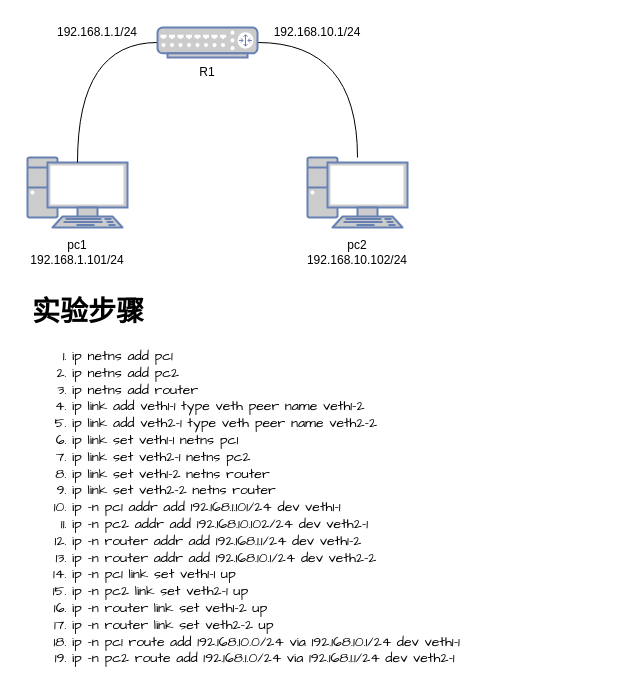
garryfan2013/network_trainning keeps this draw.io diagram as page "router" (10 of 12) of network_trainning.drawio. Above is the earlier version. Source tidied: cells renumbered, new cells numbered last; positions are measured from the earlier drawing's top-left corner, leaving out a move shared by most shapes. Both pictures are drawn from the tidied source at 100%, with x=0, y=0 at pixel (17, 17).
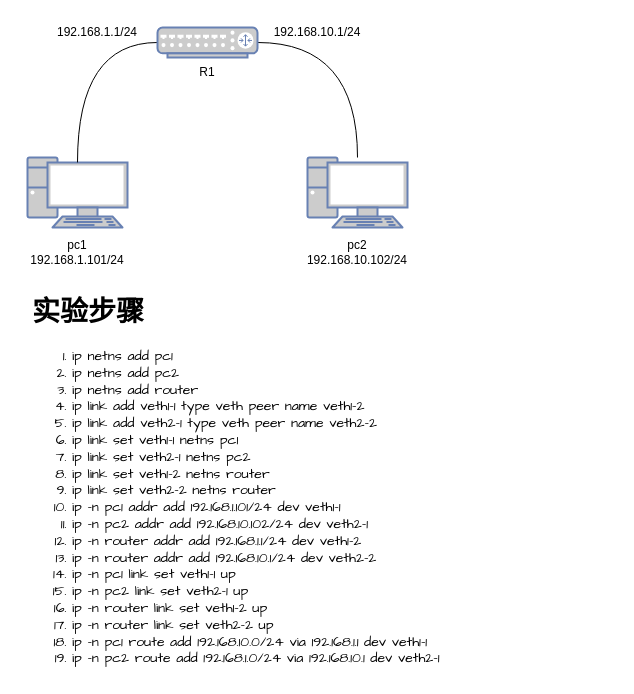
The same diagram, later.

Diff of the diagram source:
```diff
@@
 <mxGraphModel>
   <root>
     <mxCell id="0" />
     <mxCell id="1" parent="0" />
     <mxCell id="2" style="fontColor=#0066CC;verticalAlign=top;verticalLabelPosition=bottom;labelPosition=center;align=center;html=1;outlineConnect=0;fillColor=#CCCCCC;strokeColor=#6881B3;gradientColor=none;gradientDirection=north;strokeWidth=2;shape=mxgraph.networks.pc;" parent="1" vertex="1">
       <mxGeometry x="10" y="140" width="100" height="70" as="geometry" />
     </mxCell>
     <mxCell id="3" style="fontColor=#0066CC;verticalAlign=top;verticalLabelPosition=bottom;labelPosition=center;align=center;html=1;outlineConnect=0;fillColor=#CCCCCC;strokeColor=#6881B3;gradientColor=none;gradientDirection=north;strokeWidth=2;shape=mxgraph.networks.pc;" parent="1" vertex="1">
       <mxGeometry x="290" y="140" width="100" height="70" as="geometry" />
     </mxCell>
     <mxCell id="4" style="rounded=0;jettySize=auto;html=1;entryX=0.5;entryY=0.07;entryDx=0;entryDy=0;entryPerimeter=0;elbow=vertical;edgeStyle=orthogonalEdgeStyle;curved=1;endArrow=none;endFill=0;exitX=0;exitY=0.5;exitDx=0;exitDy=0;exitPerimeter=0;" parent="1" edge="1" source="9" target="2">
       <mxGeometry relative="1" as="geometry" />
     </mxCell>
     <mxCell id="5" style="edgeStyle=orthogonalEdgeStyle;rounded=0;jettySize=auto;elbow=vertical;html=1;exitX=1;exitY=0.5;exitDx=0;exitDy=0;exitPerimeter=0;endArrow=none;endFill=0;curved=1;" parent="1" edge="1" source="9" target="3">
       <mxGeometry relative="1" as="geometry" />
     </mxCell>
     <mxCell id="6" value="192.168.1.1/24" style="text;html=1;strokeColor=none;fillColor=none;align=center;verticalAlign=middle;whiteSpace=wrap;rounded=0;dashed=1;" parent="1" vertex="1">
       <mxGeometry x="20" width="120" height="30" as="geometry" />
     </mxCell>
     <mxCell id="7" value="pc1&lt;br&gt;192.168.1.101/24" style="text;html=1;strokeColor=none;fillColor=none;align=center;verticalAlign=middle;whiteSpace=wrap;rounded=0;dashed=1;" parent="1" vertex="1">
       <mxGeometry y="220" width="120" height="30" as="geometry" />
     </mxCell>
     <mxCell id="8" value="pc2&lt;br&gt;192.168.10.102/24" style="text;html=1;strokeColor=none;fillColor=none;align=center;verticalAlign=middle;whiteSpace=wrap;rounded=0;dashed=1;" parent="1" vertex="1">
       <mxGeometry x="280" y="220" width="120" height="30" as="geometry" />
     </mxCell>
     <mxCell id="9" style="fontColor=#0066CC;verticalAlign=top;verticalLabelPosition=bottom;labelPosition=center;align=center;html=1;outlineConnect=0;fillColor=#CCCCCC;strokeColor=#6881B3;gradientColor=none;gradientDirection=north;strokeWidth=2;shape=mxgraph.networks.router;" parent="1" vertex="1">
       <mxGeometry x="140" y="10" width="100" height="30" as="geometry" />
     </mxCell>
     <mxCell id="10" value="192.168.10.1/24" style="text;html=1;strokeColor=none;fillColor=none;align=center;verticalAlign=middle;whiteSpace=wrap;rounded=0;dashed=1;" parent="1" vertex="1">
       <mxGeometry x="240" width="120" height="30" as="geometry" />
     </mxCell>
     <mxCell id="11" value="R1" style="text;html=1;strokeColor=none;fillColor=none;align=center;verticalAlign=middle;whiteSpace=wrap;rounded=0;dashed=1;" parent="1" vertex="1">
       <mxGeometry x="130" y="40" width="120" height="30" as="geometry" />
     </mxCell>
-    <mxCell id="12" value="&lt;h1&gt;实验步骤&lt;/h1&gt;&lt;p&gt;&lt;/p&gt;&lt;ol&gt;&lt;li&gt;ip netns add pc1&lt;/li&gt;&lt;li&gt;ip netns add pc2&lt;/li&gt;&lt;li&gt;ip netns add router&lt;/li&gt;&lt;li&gt;ip link add veth1-1 type veth peer name veth1-2&lt;/li&gt;&lt;li&gt;ip link add veth2-1 type veth peer name veth2-2&lt;/li&gt;&lt;li&gt;ip link set veth1-1 netns pc1&lt;/li&gt;&lt;li&gt;ip link set veth2-1 netns pc2&lt;/li&gt;&lt;li&gt;ip link set veth1-2 netns router&lt;/li&gt;&lt;li&gt;ip link set veth2-2 netns router&lt;/li&gt;&lt;li&gt;ip -n pc1 addr add 192.168.1.101/24 dev veth1-1&lt;/li&gt;&lt;li&gt;ip -n pc2 addr add 192.168.10.102/24 dev veth2-1&lt;/li&gt;&lt;li&gt;ip -n router addr add 192.168.1.1/24 dev veth1-2&lt;/li&gt;&lt;li&gt;ip -n router addr add 192.168.10.1/24 dev veth2-2&lt;/li&gt;&lt;li&gt;ip -n pc1 link set veth1-1 up&lt;/li&gt;&lt;li&gt;ip -n pc2 link set veth2-1 up&lt;/li&gt;&lt;li&gt;ip -n router link set veth1-2 up&lt;/li&gt;&lt;li&gt;ip -n router link set veth2-2 up&lt;/li&gt;&lt;li&gt;ip -n pc1 route add 192.168.10.0/24 via 192.168.10.1/24 dev veth1-1&lt;/li&gt;&lt;li&gt;ip -n pc2 route add 192.168.1.0/24 via 192.168.1.1/24 dev veth2-1&lt;/li&gt;&lt;/ol&gt;&lt;p&gt;&lt;/p&gt;" style="text;html=1;strokeColor=none;fillColor=none;spacing=5;spacingTop=-20;whiteSpace=wrap;overflow=hidden;rounded=0;fontFamily=Comic Sans MS;fontSize=14;" parent="1" vertex="1">
+    <mxCell id="12" value="&lt;h1&gt;实验步骤&lt;/h1&gt;&lt;p&gt;&lt;/p&gt;&lt;ol&gt;&lt;li&gt;ip netns add pc1&lt;/li&gt;&lt;li&gt;ip netns add pc2&lt;/li&gt;&lt;li&gt;ip netns add router&lt;/li&gt;&lt;li&gt;ip link add veth1-1 type veth peer name veth1-2&lt;/li&gt;&lt;li&gt;ip link add veth2-1 type veth peer name veth2-2&lt;/li&gt;&lt;li&gt;ip link set veth1-1 netns pc1&lt;/li&gt;&lt;li&gt;ip link set veth2-1 netns pc2&lt;/li&gt;&lt;li&gt;ip link set veth1-2 netns router&lt;/li&gt;&lt;li&gt;ip link set veth2-2 netns router&lt;/li&gt;&lt;li&gt;ip -n pc1 addr add 192.168.1.101/24 dev veth1-1&lt;/li&gt;&lt;li&gt;ip -n pc2 addr add 192.168.10.102/24 dev veth2-1&lt;/li&gt;&lt;li&gt;ip -n router addr add 192.168.1.1/24 dev veth1-2&lt;/li&gt;&lt;li&gt;ip -n router addr add 192.168.10.1/24 dev veth2-2&lt;/li&gt;&lt;li&gt;ip -n pc1 link set veth1-1 up&lt;/li&gt;&lt;li&gt;ip -n pc2 link set veth2-1 up&lt;/li&gt;&lt;li&gt;ip -n router link set veth1-2 up&lt;/li&gt;&lt;li&gt;ip -n router link set veth2-2 up&lt;/li&gt;&lt;li&gt;ip -n pc1 route add 192.168.10.0/24 via 192.168.1.1 dev veth1-1&lt;/li&gt;&lt;li&gt;ip -n pc2 route add 192.168.1.0/24 via 192.168.10.1 dev veth2-1&lt;/li&gt;&lt;/ol&gt;&lt;p&gt;&lt;/p&gt;" style="text;html=1;strokeColor=none;fillColor=none;spacing=5;spacingTop=-20;whiteSpace=wrap;overflow=hidden;rounded=0;fontFamily=Comic Sans MS;fontSize=14;" parent="1" vertex="1">
       <mxGeometry x="10" y="270" width="590" height="390" as="geometry" />
     </mxCell>
   </root>
 </mxGraphModel>
```
